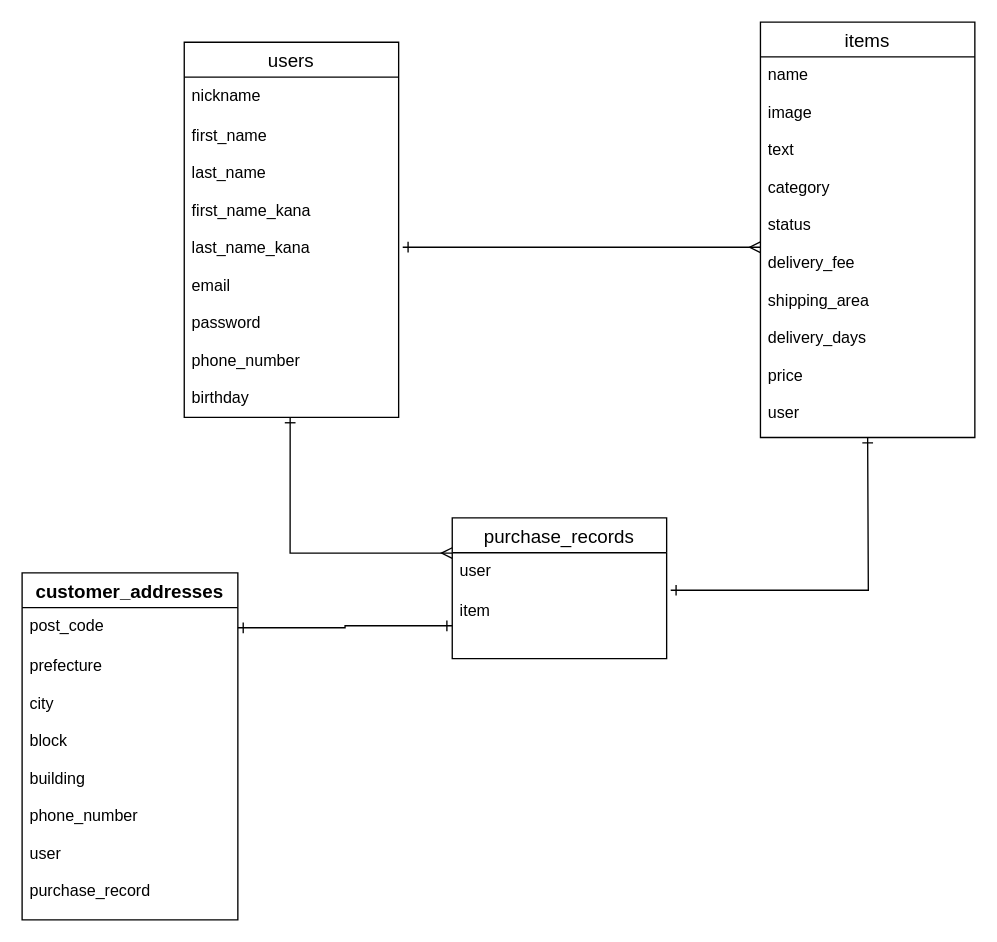
The draw.io diagram furima.dio in Machiko802/furima-33844, before the edit. Source tidied: cells renumbered, new cells numbered last; positions are measured from the earlier drawing's top-left corner, leaving out a move shared by most shapes. Both pictures are drawn from the tidied source at 134%, with x=0, y=0 at pixel (21, 21).
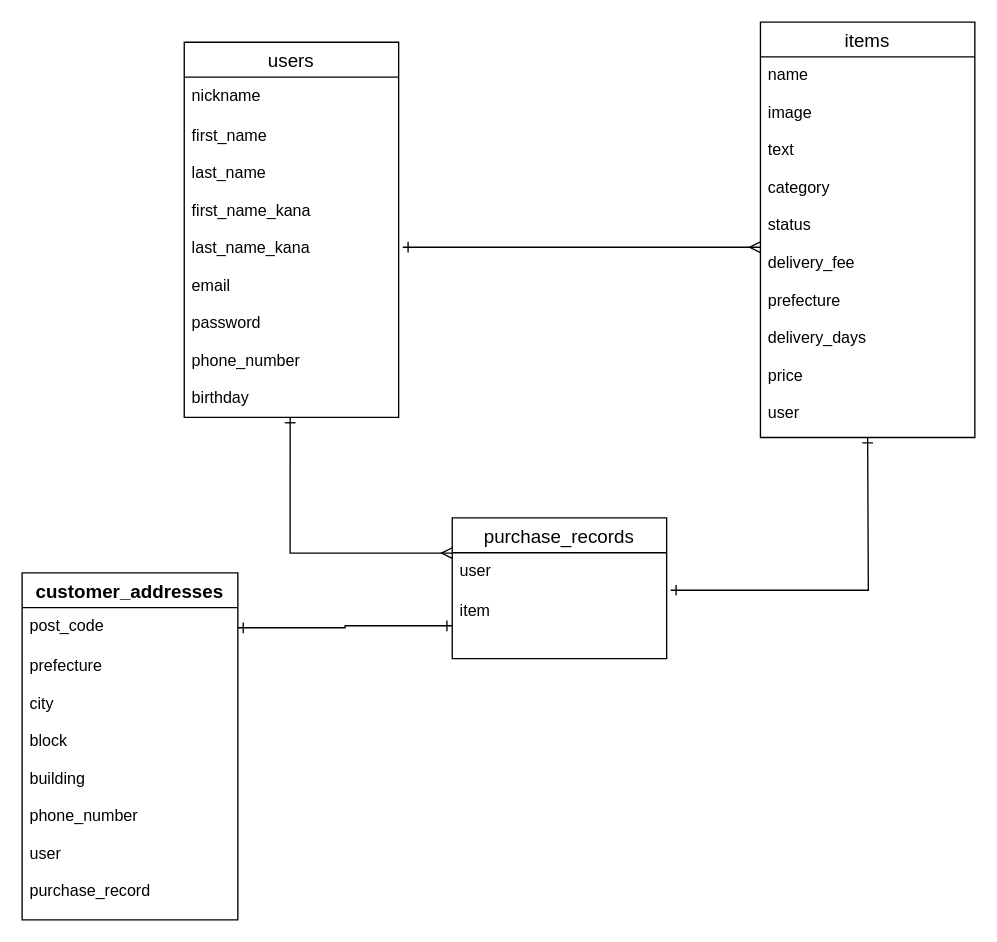
After the change.

Commit message (it also covers changes not shown here):
DB設計・カラム追加&修正

Diff of the diagram source:
```diff
@@
 <mxGraphModel>
   <root>
     <mxCell id="0" />
     <mxCell id="1" parent="0" />
     <mxCell id="2" value="users" style="swimlane;fontStyle=0;horizontal=1;startSize=26;align=center;fontSize=14;" parent="1" vertex="1">
       <mxGeometry x="121" y="15" width="160" height="280" as="geometry" />
     </mxCell>
     <mxCell id="3" value="nickname" style="text;strokeColor=none;fillColor=none;spacingLeft=4;spacingRight=4;overflow=hidden;fontSize=12;" parent="2" vertex="1">
       <mxGeometry y="26" width="160" height="254" as="geometry" />
     </mxCell>
     <mxCell id="4" value="items" style="swimlane;fontStyle=0;horizontal=1;startSize=26;align=center;fontSize=14;" parent="1" vertex="1">
       <mxGeometry x="551" width="160" height="310" as="geometry" />
     </mxCell>
-    <mxCell id="5" value="name&#10;&#10;image&#10;&#10;text&#10;&#10;category&#10;&#10;status&#10;&#10;delivery_fee&#10;&#10;shipping_area&#10;&#10;delivery_days&#10;&#10;price&#10;&#10;user&#10;&#10;&#10;&#10;&#10;&#10;&#10;&#10;&#10;&#10;" style="text;strokeColor=none;fillColor=none;spacingLeft=4;spacingRight=4;overflow=hidden;points=[[0,0.5],[1,0.5]];portConstraint=eastwest;fontSize=12;" parent="4" vertex="1">
+    <mxCell id="5" value="name&#10;&#10;image&#10;&#10;text&#10;&#10;category&#10;&#10;status&#10;&#10;delivery_fee&#10;&#10;prefecture&#10;&#10;delivery_days&#10;&#10;price&#10;&#10;user&#10;&#10;&#10;&#10;&#10;&#10;&#10;&#10;&#10;&#10;" style="text;strokeColor=none;fillColor=none;spacingLeft=4;spacingRight=4;overflow=hidden;points=[[0,0.5],[1,0.5]];portConstraint=eastwest;fontSize=12;" parent="4" vertex="1">
       <mxGeometry y="26" width="160" height="284" as="geometry" />
     </mxCell>
     <mxCell id="6" style="edgeStyle=orthogonalEdgeStyle;rounded=0;jettySize=auto;html=1;exitX=1.019;exitY=0.933;exitDx=0;exitDy=0;startArrow=ERone;startFill=0;endArrow=ERone;endFill=0;strokeWidth=1;exitPerimeter=0;" parent="4" edge="1" source="10">
       <mxGeometry relative="1" as="geometry">
         <mxPoint x="80" y="310" as="targetPoint" />
       </mxGeometry>
     </mxCell>
     <mxCell id="7" style="edgeStyle=orthogonalEdgeStyle;rounded=0;jettySize=auto;html=1;entryX=0;entryY=0.5;entryDx=0;entryDy=0;endArrow=ERmany;endFill=0;strokeWidth=1;startArrow=ERone;startFill=0;exitX=1.019;exitY=0.433;exitDx=0;exitDy=0;exitPerimeter=0;" parent="1" edge="1" source="12" target="5">
       <mxGeometry relative="1" as="geometry" />
     </mxCell>
     <mxCell id="8" style="edgeStyle=orthogonalEdgeStyle;rounded=0;jettySize=auto;html=1;entryX=0.494;entryY=1;entryDx=0;entryDy=0;entryPerimeter=0;startArrow=ERmany;startFill=0;endArrow=ERone;endFill=0;strokeWidth=1;exitX=0;exitY=0.25;exitDx=0;exitDy=0;" parent="1" edge="1" source="9" target="12">
       <mxGeometry relative="1" as="geometry" />
     </mxCell>
     <mxCell id="9" value="purchase_records" style="swimlane;fontStyle=0;horizontal=1;startSize=26;align=center;fontSize=14;" parent="1" vertex="1">
       <mxGeometry x="321" y="370" width="160" height="105" as="geometry" />
     </mxCell>
     <mxCell id="10" value="user" style="text;strokeColor=none;fillColor=none;spacingLeft=4;spacingRight=4;overflow=hidden;points=[[0,0.5],[1,0.5]];portConstraint=eastwest;fontSize=12;" parent="9" vertex="1">
       <mxGeometry y="26" width="160" height="30" as="geometry" />
     </mxCell>
     <mxCell id="11" value="item" style="text;strokeColor=none;fillColor=none;spacingLeft=4;spacingRight=4;overflow=hidden;points=[[0,0.5],[1,0.5]];portConstraint=eastwest;fontSize=12;" parent="9" vertex="1">
       <mxGeometry y="56" width="160" height="49" as="geometry" />
     </mxCell>
     <mxCell id="12" value="first_name&#10;&#10;last_name&#10;&#10;first_name_kana&#10;&#10;last_name_kana&#10;&#10;email&#10;&#10;password&#10;&#10;phone_number&#10;&#10;birthday&#10;&#10;" style="text;strokeColor=none;fillColor=none;spacingLeft=4;spacingRight=4;overflow=hidden;points=[[0,0.5],[1,0.5]];portConstraint=eastwest;fontSize=12;" parent="1" vertex="1">
       <mxGeometry x="121" y="71" width="160" height="224" as="geometry" />
     </mxCell>
     <mxCell id="13" value="customer_addresses" style="swimlane;fontStyle=1;horizontal=1;startSize=26;align=center;fontSize=14;" parent="1" vertex="1">
       <mxGeometry y="411" width="161" height="259" as="geometry" />
     </mxCell>
     <mxCell id="14" value="post_code" style="text;strokeColor=none;fillColor=none;spacingLeft=4;spacingRight=4;overflow=hidden;points=[[0,0.5],[1,0.5]];portConstraint=eastwest;fontSize=12;" parent="13" vertex="1">
       <mxGeometry y="26" width="161" height="30" as="geometry" />
     </mxCell>
     <mxCell id="15" value="prefecture&#10;&#10;city&#10;&#10;block&#10;&#10;building&#10;&#10;phone_number&#10;&#10;user&#10;&#10;purchase_record" style="text;strokeColor=none;fillColor=none;spacingLeft=4;spacingRight=4;overflow=hidden;fontSize=12;" parent="13" vertex="1">
       <mxGeometry y="56" width="161" height="203" as="geometry" />
     </mxCell>
     <mxCell id="16" style="edgeStyle=orthogonalEdgeStyle;rounded=0;jettySize=auto;html=1;exitX=1;exitY=0.5;exitDx=0;exitDy=0;entryX=0;entryY=0.5;entryDx=0;entryDy=0;startArrow=ERone;startFill=0;endArrow=ERone;endFill=0;fontSize=12;" parent="1" edge="1" source="14" target="11">
       <mxGeometry relative="1" as="geometry" />
     </mxCell>
   </root>
 </mxGraphModel>
```
